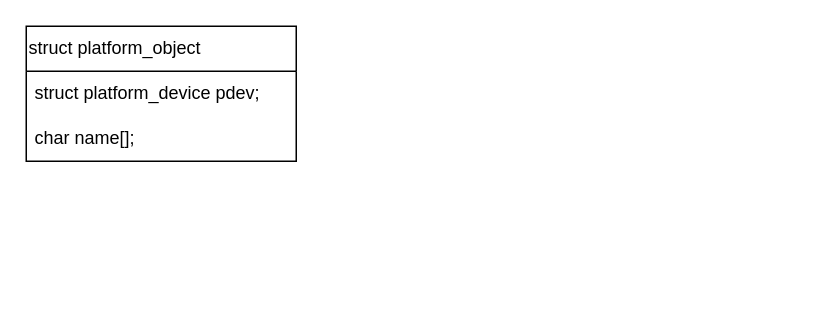
Before: uart/platform-dev&driver.drawio in ktinkone/draw-io-works, a draw.io diagram. Source tidied: cells renumbered, new cells numbered last; positions are measured from the earlier drawing's top-left corner, leaving out a move shared by most shapes. Both pictures are drawn from the tidied source at 150%, with x=0, y=0 at pixel (26, 26).
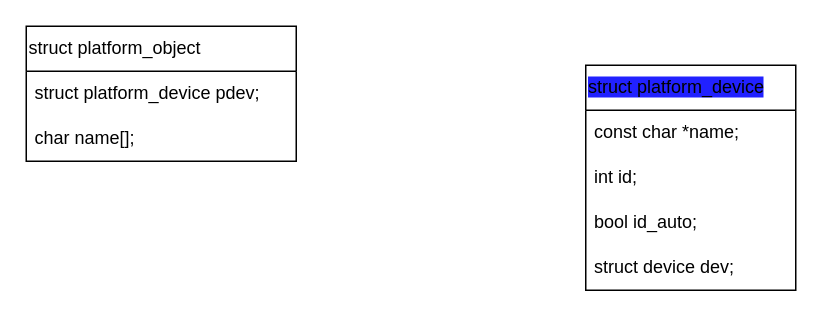
The same diagram, later.

What changed in the source:
```diff
@@
 <mxGraphModel>
   <root>
     <mxCell id="0" />
     <mxCell id="1" parent="0" />
     <mxCell id="2" value="struct platform_object" style="swimlane;fontStyle=0;horizontal=1;startSize=30;whiteSpace=wrap;html=1;align=left;" parent="1" vertex="1">
       <mxGeometry width="180" height="90" as="geometry" />
     </mxCell>
     <mxCell id="3" value="struct platform_device pdev;" style="text;strokeColor=none;fillColor=none;align=left;verticalAlign=middle;spacingLeft=4;spacingRight=4;overflow=hidden;whiteSpace=wrap;html=1;" parent="2" vertex="1">
       <mxGeometry y="30" width="180" height="30" as="geometry" />
     </mxCell>
     <mxCell id="4" value="char name[];" style="text;strokeColor=none;fillColor=none;align=left;verticalAlign=middle;spacingLeft=4;spacingRight=4;overflow=hidden;whiteSpace=wrap;html=1;" parent="2" vertex="1">
       <mxGeometry y="60" width="180" height="30" as="geometry" />
     </mxCell>
+    <mxCell id="5" value="&lt;span style=&quot;background-color: rgb(33, 33, 255);&quot;&gt;struct platform_device&lt;/span&gt;" style="swimlane;fontStyle=0;horizontal=1;startSize=30;whiteSpace=wrap;html=1;align=left;" parent="1" vertex="1">
+      <mxGeometry x="373" y="26" width="140" height="150" as="geometry" />
+    </mxCell>
+    <mxCell id="6" value="const char *name;" style="text;strokeColor=none;fillColor=none;align=left;verticalAlign=middle;spacingLeft=4;spacingRight=4;overflow=hidden;whiteSpace=wrap;html=1;" parent="5" vertex="1">
+      <mxGeometry y="30" width="140" height="30" as="geometry" />
+    </mxCell>
+    <mxCell id="7" value="int id;" style="text;strokeColor=none;fillColor=none;align=left;verticalAlign=middle;spacingLeft=4;spacingRight=4;overflow=hidden;whiteSpace=wrap;html=1;" parent="5" vertex="1">
+      <mxGeometry y="60" width="140" height="30" as="geometry" />
+    </mxCell>
+    <mxCell id="8" value="bool id_auto;" style="text;strokeColor=none;fillColor=none;align=left;verticalAlign=middle;spacingLeft=4;spacingRight=4;overflow=hidden;whiteSpace=wrap;html=1;" parent="5" vertex="1">
+      <mxGeometry y="90" width="140" height="30" as="geometry" />
+    </mxCell>
+    <mxCell id="9" value="struct device dev;" style="text;strokeColor=none;fillColor=none;align=left;verticalAlign=middle;spacingLeft=4;spacingRight=4;overflow=hidden;whiteSpace=wrap;html=1;" parent="5" vertex="1">
+      <mxGeometry y="120" width="140" height="30" as="geometry" />
+    </mxCell>
   </root>
 </mxGraphModel>
```
